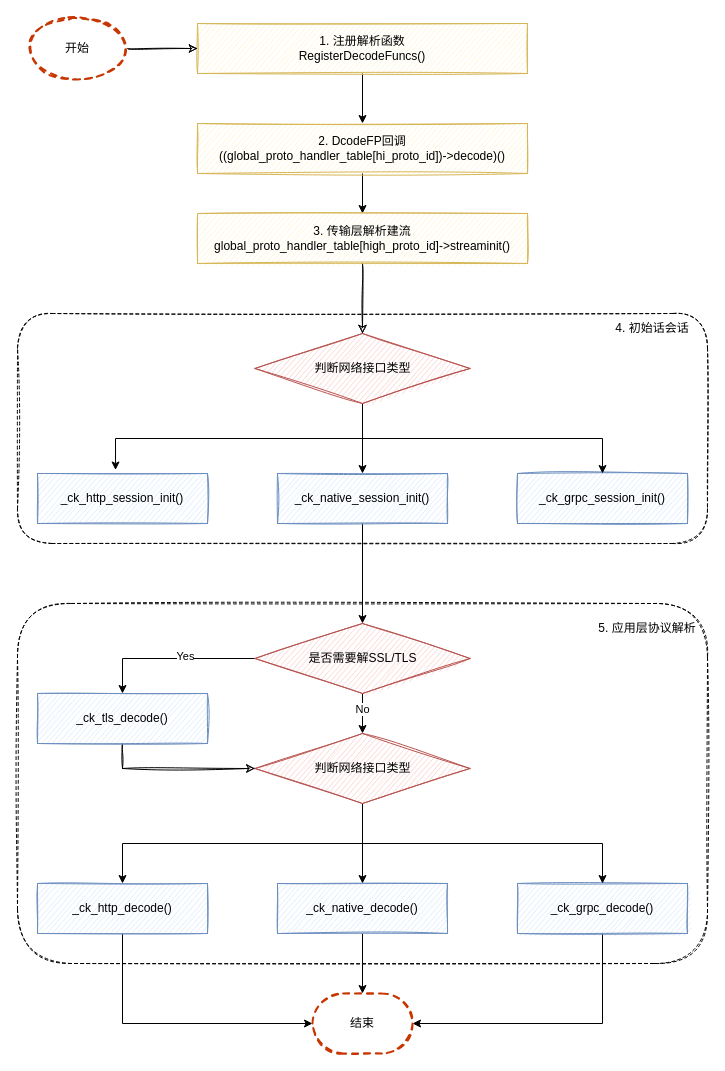
Above: ck parse progess.drawio in leonce28/draw-io-img (draw.io), before the change. Source tidied: cells renumbered, new cells numbered last; positions are measured from the earlier drawing's top-left corner, leaving out a move shared by most shapes. Both pictures are drawn from the tidied source at 100%, with x=0, y=0 at pixel (17, 18).
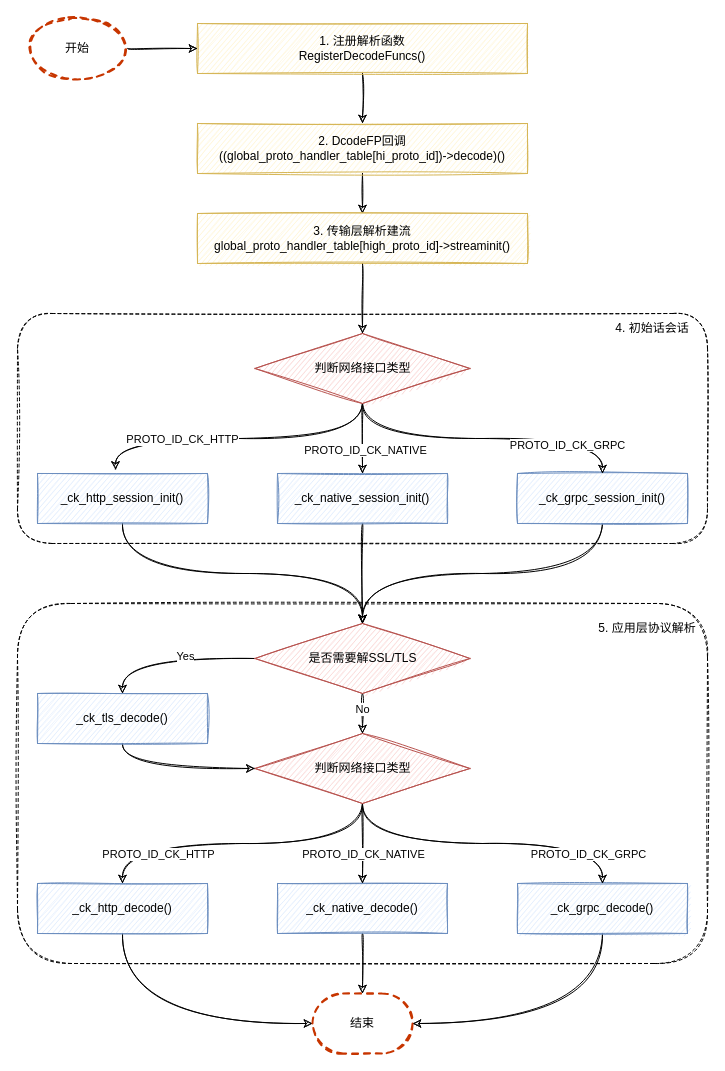
After the change.

Unchanged cells that the change refers to:
```xml
<mxCell id="7" style="rhombus;whiteSpace=wrap;html=1;fillStyle=auto;strokeColor=#b85450;fillColor=#f8cecc;sketch=1;labelBorderColor=#19750F;" parent="1" vertex="1">
  <mxGeometry x="237.5" y="605" width="215" height="70" as="geometry" />
</mxCell>
<mxCell id="10" value="1. 注册解析函数&lt;br&gt;RegisterDecodeFuncs()" style="rounded=0;whiteSpace=wrap;html=1;fillStyle=auto;fillColor=#fff2cc;gradientDirection=north;sketch=1;strokeColor=#d6b656;" parent="1" vertex="1">
  <mxGeometry x="180" y="5" width="330" height="50" as="geometry" />
</mxCell>
<mxCell id="12" value="2. DcodeFP回调&lt;br&gt;((global_proto_handler_table[hi_proto_id])-&amp;gt;decode)()" style="rounded=0;whiteSpace=wrap;html=1;fillStyle=auto;fillColor=#fff2cc;gradientDirection=north;sketch=1;strokeColor=#d6b656;" parent="1" vertex="1">
  <mxGeometry x="180" y="105" width="330" height="50" as="geometry" />
</mxCell>
<mxCell id="14" value="3. 传输层解析建流&lt;br&gt;global_proto_handler_table[high_proto_id]-&amp;gt;streaminit()" style="rounded=0;whiteSpace=wrap;html=1;fillStyle=auto;fillColor=#fff2cc;gradientDirection=north;sketch=1;strokeColor=#d6b656;" parent="1" vertex="1">
  <mxGeometry x="180" y="195" width="330" height="50" as="geometry" />
</mxCell>
<mxCell id="16" value="_ck_native_session_init()" style="rounded=0;whiteSpace=wrap;html=1;fillStyle=auto;fillColor=#dae8fc;gradientDirection=north;sketch=1;strokeColor=#6c8ebf;" parent="1" vertex="1">
  <mxGeometry x="260" y="455" width="170" height="50" as="geometry" />
</mxCell>
<mxCell id="17" value="_ck_http_session_init()" style="rounded=0;whiteSpace=wrap;html=1;fillStyle=auto;fillColor=#dae8fc;gradientDirection=north;sketch=1;strokeColor=#6c8ebf;" parent="1" vertex="1">
  <mxGeometry x="20" y="455" width="170" height="50" as="geometry" />
</mxCell>
<mxCell id="18" value="_ck_grpc_session_init()" style="rounded=0;whiteSpace=wrap;html=1;fillStyle=auto;fillColor=#dae8fc;gradientDirection=north;sketch=1;strokeColor=#6c8ebf;" parent="1" vertex="1">
  <mxGeometry x="500" y="455" width="170" height="50" as="geometry" />
</mxCell>
<mxCell id="22" value="&lt;span style=&quot;font-family: monospace; font-size: 0px;&quot;&gt;4&lt;/span&gt;" style="rhombus;whiteSpace=wrap;html=1;fillStyle=auto;strokeColor=#b85450;fillColor=#f8cecc;sketch=1;" parent="1" vertex="1">
  <mxGeometry x="237.5" y="315" width="215" height="70" as="geometry" />
</mxCell>
<mxCell id="26" value="_ck_native_decode()" style="rounded=0;whiteSpace=wrap;html=1;fillStyle=auto;fillColor=#dae8fc;gradientDirection=north;sketch=1;strokeColor=#6c8ebf;" parent="1" vertex="1">
  <mxGeometry x="260" y="865" width="170" height="50" as="geometry" />
</mxCell>
<mxCell id="28" value="_ck_http_decode()" style="rounded=0;whiteSpace=wrap;html=1;fillStyle=auto;fillColor=#dae8fc;gradientDirection=north;sketch=1;strokeColor=#6c8ebf;" parent="1" vertex="1">
  <mxGeometry x="20" y="865" width="170" height="50" as="geometry" />
</mxCell>
<mxCell id="30" value="_ck_grpc_decode()" style="rounded=0;whiteSpace=wrap;html=1;fillStyle=auto;fillColor=#dae8fc;gradientDirection=north;sketch=1;strokeColor=#6c8ebf;" parent="1" vertex="1">
  <mxGeometry x="500" y="865" width="170" height="50" as="geometry" />
</mxCell>
<mxCell id="34" style="rhombus;whiteSpace=wrap;html=1;fillStyle=auto;strokeColor=#b85450;fillColor=#f8cecc;sketch=1;labelBorderColor=#19750F;" parent="1" vertex="1">
  <mxGeometry x="237.5" y="715" width="215" height="70" as="geometry" />
</mxCell>
<mxCell id="38" value="_ck_tls_decode()" style="rounded=0;whiteSpace=wrap;html=1;fillStyle=auto;fillColor=#dae8fc;gradientDirection=north;sketch=1;strokeColor=#6c8ebf;" parent="1" vertex="1">
  <mxGeometry x="20" y="675" width="170" height="50" as="geometry" />
</mxCell>
<mxCell id="42" value="结束" style="strokeWidth=2;html=1;shape=mxgraph.flowchart.terminator;whiteSpace=wrap;rounded=1;shadow=0;glass=0;dashed=1;labelBorderColor=none;sketch=1;fillStyle=auto;fillColor=none;strokeColor=#C73500;fontColor=#000000;gradientColor=none;gradientDirection=radial;" parent="1" vertex="1">
  <mxGeometry x="295" y="975" width="100" height="60" as="geometry" />
</mxCell>
```

The edit, as a diff of the source:
```diff
@@
-    <mxCell id="3" style="edgeStyle=orthogonalEdgeStyle;rounded=0;jettySize=auto;html=1;exitX=0.5;exitY=1;exitDx=0;exitDy=0;entryX=0.5;entryY=0;entryDx=0;entryDy=0;" parent="1" edge="1" source="7" target="34">
+    <mxCell id="3" style="edgeStyle=orthogonalEdgeStyle;jettySize=auto;html=1;exitX=0.5;exitY=1;exitDx=0;exitDy=0;entryX=0.5;entryY=0;entryDx=0;entryDy=0;curved=1;sketch=1;" parent="1" edge="1" source="7" target="34">
       <mxGeometry relative="1" as="geometry" />
     </mxCell>
@@
-    <mxCell id="5" style="edgeStyle=orthogonalEdgeStyle;rounded=0;jettySize=auto;html=1;exitX=0;exitY=0.5;exitDx=0;exitDy=0;entryX=0.5;entryY=0;entryDx=0;entryDy=0;" parent="1" edge="1" source="7" target="38">
+    <mxCell id="5" style="edgeStyle=orthogonalEdgeStyle;jettySize=auto;html=1;exitX=0;exitY=0.5;exitDx=0;exitDy=0;entryX=0.5;entryY=0;entryDx=0;entryDy=0;curved=1;sketch=1;" parent="1" edge="1" source="7" target="38">
       <mxGeometry relative="1" as="geometry" />
     </mxCell>
@@
-    <mxCell id="9" style="edgeStyle=orthogonalEdgeStyle;rounded=0;jettySize=auto;html=1;fontColor=#000000;fillColor=#fff2cc;strokeColor=#000000;labelBorderColor=none;" parent="1" edge="1" source="10" target="12">
+    <mxCell id="9" style="edgeStyle=orthogonalEdgeStyle;rounded=0;jettySize=auto;html=1;fontColor=#000000;fillColor=#fff2cc;strokeColor=#000000;labelBorderColor=none;sketch=1;" parent="1" edge="1" source="10" target="12">
       <mxGeometry relative="1" as="geometry" />
     </mxCell>
@@
-    <mxCell id="11" style="edgeStyle=orthogonalEdgeStyle;rounded=0;jettySize=auto;html=1;fontColor=#000000;fillColor=#fff2cc;strokeColor=#000000;labelBorderColor=none;" parent="1" edge="1" source="12" target="14">
+    <mxCell id="11" style="edgeStyle=orthogonalEdgeStyle;rounded=0;jettySize=auto;html=1;fontColor=#000000;fillColor=#fff2cc;strokeColor=#000000;labelBorderColor=none;sketch=1;" parent="1" edge="1" source="12" target="14">
       <mxGeometry relative="1" as="geometry" />
     </mxCell>
@@
-    <mxCell id="15" style="edgeStyle=orthogonalEdgeStyle;rounded=0;jettySize=auto;html=1;exitX=0.5;exitY=1;exitDx=0;exitDy=0;entryX=0.5;entryY=0;entryDx=0;entryDy=0;" parent="1" edge="1" source="16" target="7">
+    <mxCell id="15" style="edgeStyle=orthogonalEdgeStyle;jettySize=auto;html=1;exitX=0.5;exitY=1;exitDx=0;exitDy=0;entryX=0.5;entryY=0;entryDx=0;entryDy=0;curved=1;sketch=1;" parent="1" edge="1" source="16" target="7">
       <mxGeometry relative="1" as="geometry" />
     </mxCell>
@@
+    <mxCell id="43" style="edgeStyle=orthogonalEdgeStyle;jettySize=auto;html=1;exitX=0.5;exitY=1;exitDx=0;exitDy=0;entryX=0.5;entryY=0;entryDx=0;entryDy=0;curved=1;sketch=1;" parent="1" edge="1" source="17" target="7">
+      <mxGeometry relative="1" as="geometry" />
+    </mxCell>
@@
+    <mxCell id="44" style="edgeStyle=orthogonalEdgeStyle;jettySize=auto;html=1;exitX=0.5;exitY=1;exitDx=0;exitDy=0;entryX=0.5;entryY=0;entryDx=0;entryDy=0;curved=1;sketch=1;" parent="1" edge="1" source="18" target="7">
+      <mxGeometry relative="1" as="geometry" />
+    </mxCell>
@@
-    <mxCell id="19" style="edgeStyle=orthogonalEdgeStyle;rounded=0;jettySize=auto;html=1;exitX=0.5;exitY=1;exitDx=0;exitDy=0;" parent="1" edge="1" source="22" target="16">
+    <mxCell id="19" style="edgeStyle=orthogonalEdgeStyle;jettySize=auto;html=1;exitX=0.5;exitY=1;exitDx=0;exitDy=0;curved=1;sketch=1;" parent="1" edge="1" source="22" target="16">
       <mxGeometry relative="1" as="geometry" />
     </mxCell>
+    <mxCell id="45" value="PROTO_ID_CK_NATIVE" style="edgeLabel;html=1;align=center;verticalAlign=middle;" parent="19" vertex="1">
+      <mxGeometry x="0.43" y="2" relative="1" as="geometry">
+        <mxPoint y="-4" as="offset" />
+      </mxGeometry>
+    </mxCell>
-    <mxCell id="20" style="edgeStyle=orthogonalEdgeStyle;rounded=0;jettySize=auto;html=1;exitX=0.5;exitY=1;exitDx=0;exitDy=0;entryX=0.459;entryY=-0.07;entryDx=0;entryDy=0;entryPerimeter=0;" parent="1" edge="1" source="22" target="17">
+    <mxCell id="20" style="edgeStyle=orthogonalEdgeStyle;jettySize=auto;html=1;exitX=0.5;exitY=1;exitDx=0;exitDy=0;entryX=0.459;entryY=-0.07;entryDx=0;entryDy=0;entryPerimeter=0;curved=1;sketch=1;" parent="1" edge="1" source="22" target="17">
       <mxGeometry relative="1" as="geometry" />
     </mxCell>
+    <mxCell id="46" value="PROTO_ID_CK_HTTP" style="edgeLabel;html=1;align=center;verticalAlign=middle;" parent="20" vertex="1">
+      <mxGeometry x="0.38" relative="1" as="geometry" />
+    </mxCell>
-    <mxCell id="21" style="edgeStyle=orthogonalEdgeStyle;rounded=0;jettySize=auto;html=1;exitX=0.5;exitY=1;exitDx=0;exitDy=0;entryX=0.5;entryY=0;entryDx=0;entryDy=0;" parent="1" edge="1" source="22" target="18">
+    <mxCell id="21" style="edgeStyle=orthogonalEdgeStyle;jettySize=auto;html=1;exitX=0.5;exitY=1;exitDx=0;exitDy=0;entryX=0.5;entryY=0;entryDx=0;entryDy=0;curved=1;sketch=1;" parent="1" edge="1" source="22" target="18">
       <mxGeometry relative="1" as="geometry" />
     </mxCell>
+    <mxCell id="47" value="PROTO_ID_CK_GRPC" style="edgeLabel;html=1;align=center;verticalAlign=middle;" parent="21" vertex="1">
+      <mxGeometry x="0.54" y="-6" relative="1" as="geometry" />
+    </mxCell>
@@
-    <mxCell id="25" style="edgeStyle=orthogonalEdgeStyle;rounded=0;jettySize=auto;html=1;exitX=0.5;exitY=1;exitDx=0;exitDy=0;" parent="1" edge="1" source="26" target="42">
+    <mxCell id="25" style="edgeStyle=orthogonalEdgeStyle;jettySize=auto;html=1;exitX=0.5;exitY=1;exitDx=0;exitDy=0;curved=1;sketch=1;" parent="1" edge="1" source="26" target="42">
       <mxGeometry relative="1" as="geometry" />
     </mxCell>
@@
-    <mxCell id="27" style="edgeStyle=orthogonalEdgeStyle;rounded=0;jettySize=auto;html=1;exitX=0.5;exitY=1;exitDx=0;exitDy=0;entryX=0;entryY=0.5;entryDx=0;entryDy=0;entryPerimeter=0;" parent="1" edge="1" source="28" target="42">
+    <mxCell id="27" style="edgeStyle=orthogonalEdgeStyle;jettySize=auto;html=1;exitX=0.5;exitY=1;exitDx=0;exitDy=0;entryX=0;entryY=0.5;entryDx=0;entryDy=0;entryPerimeter=0;curved=1;sketch=1;" parent="1" edge="1" source="28" target="42">
       <mxGeometry relative="1" as="geometry" />
     </mxCell>
@@
-    <mxCell id="29" style="edgeStyle=orthogonalEdgeStyle;rounded=0;jettySize=auto;html=1;exitX=0.5;exitY=1;exitDx=0;exitDy=0;entryX=1;entryY=0.5;entryDx=0;entryDy=0;entryPerimeter=0;" parent="1" edge="1" source="30" target="42">
+    <mxCell id="29" style="edgeStyle=orthogonalEdgeStyle;jettySize=auto;html=1;exitX=0.5;exitY=1;exitDx=0;exitDy=0;entryX=1;entryY=0.5;entryDx=0;entryDy=0;entryPerimeter=0;curved=1;sketch=1;" parent="1" edge="1" source="30" target="42">
       <mxGeometry relative="1" as="geometry" />
     </mxCell>
@@
-    <mxCell id="31" style="edgeStyle=orthogonalEdgeStyle;rounded=0;jettySize=auto;html=1;exitX=0.5;exitY=1;exitDx=0;exitDy=0;" parent="1" edge="1" source="34" target="28">
+    <mxCell id="31" style="edgeStyle=orthogonalEdgeStyle;jettySize=auto;html=1;exitX=0.5;exitY=1;exitDx=0;exitDy=0;curved=1;sketch=1;" parent="1" edge="1" source="34" target="28">
       <mxGeometry relative="1" as="geometry" />
     </mxCell>
-    <mxCell id="32" style="edgeStyle=orthogonalEdgeStyle;rounded=0;jettySize=auto;html=1;exitX=0.5;exitY=1;exitDx=0;exitDy=0;" parent="1" edge="1" source="34" target="26">
+    <mxCell id="32" style="edgeStyle=orthogonalEdgeStyle;jettySize=auto;html=1;exitX=0.5;exitY=1;exitDx=0;exitDy=0;curved=1;sketch=1;" parent="1" edge="1" source="34" target="26">
       <mxGeometry relative="1" as="geometry" />
     </mxCell>
-    <mxCell id="33" style="edgeStyle=orthogonalEdgeStyle;rounded=0;jettySize=auto;html=1;exitX=0.5;exitY=1;exitDx=0;exitDy=0;" parent="1" edge="1" source="34" target="30">
+    <mxCell id="33" style="edgeStyle=orthogonalEdgeStyle;jettySize=auto;html=1;exitX=0.5;exitY=1;exitDx=0;exitDy=0;curved=1;sketch=1;" parent="1" edge="1" source="34" target="30">
       <mxGeometry relative="1" as="geometry" />
     </mxCell>
@@
-    <mxCell id="37" style="edgeStyle=orthogonalEdgeStyle;rounded=0;sketch=1;jettySize=auto;html=1;exitX=0.5;exitY=1;exitDx=0;exitDy=0;entryX=0;entryY=0.5;entryDx=0;entryDy=0;fontColor=#19750F;labelBorderColor=#19750F;fillColor=#d5e8d4;strokeColor=#000000;" parent="1" edge="1" source="38" target="34">
+    <mxCell id="37" style="edgeStyle=orthogonalEdgeStyle;curved=1;sketch=1;jettySize=auto;html=1;exitX=0.5;exitY=1;exitDx=0;exitDy=0;entryX=0;entryY=0.5;entryDx=0;entryDy=0;" parent="1" edge="1" source="38" target="34">
       <mxGeometry relative="1" as="geometry" />
     </mxCell>
@@
+    <mxCell id="48" value="PROTO_ID_CK_HTTP" style="edgeLabel;html=1;align=center;verticalAlign=middle;" parent="1" vertex="1">
+      <mxGeometry x="140" y="835" as="geometry" />
+    </mxCell>
+    <mxCell id="49" value="PROTO_ID_CK_NATIVE" style="edgeLabel;html=1;align=center;verticalAlign=middle;" parent="1" vertex="1">
+      <mxGeometry x="345" y="835" as="geometry" />
+    </mxCell>
+    <mxCell id="50" value="PROTO_ID_CK_GRPC" style="edgeLabel;html=1;align=center;verticalAlign=middle;" parent="1" vertex="1">
+      <mxGeometry x="570" y="835" as="geometry" />
+    </mxCell>
```
